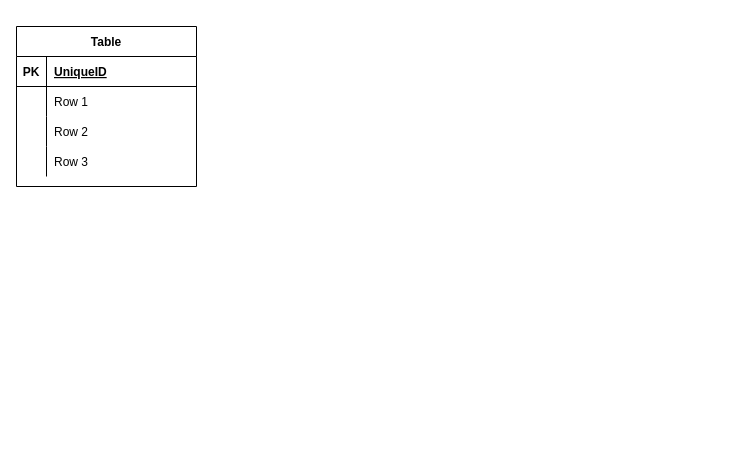
The draw.io diagram GLIK2-18&19.drawio in reshafahlevi/GLIK-DM, before the edit. Source tidied: cells renumbered, new cells numbered last; positions are measured from the earlier drawing's top-left corner, leaving out a move shared by most shapes. Both pictures are drawn from the tidied source at 100%, with x=0, y=0 at pixel (16, 26).
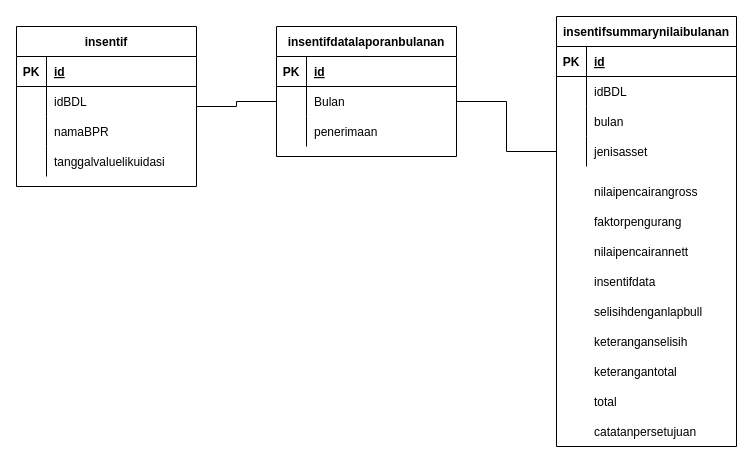
After the change.

The change refers to these unchanged cells:
```xml
<mxCell id="3" style="shape=partialRectangle;fillColor=none;top=0;left=0;bottom=1;right=0;" parent="2" vertex="1">
  <mxGeometry y="30" width="180" height="30" as="geometry" />
</mxCell>
<mxCell id="6" style="shape=partialRectangle;fillColor=none;top=0;left=0;bottom=0;right=0;" parent="2" vertex="1">
  <mxGeometry y="60" width="180" height="30" as="geometry" />
</mxCell>
<mxCell id="9" style="shape=partialRectangle;fillColor=none;top=0;left=0;bottom=0;right=0;" parent="2" vertex="1">
  <mxGeometry y="90" width="180" height="30" as="geometry" />
</mxCell>
<mxCell id="12" style="shape=partialRectangle;fillColor=none;top=0;left=0;bottom=0;right=0;" parent="2" vertex="1">
  <mxGeometry y="120" width="180" height="30" as="geometry" />
</mxCell>
```

Change to the diagram source:
```diff
@@
+    <mxCell id="15" style="edgeStyle=orthogonalEdgeStyle;rounded=0;jettySize=auto;html=1;endArrow=none;endFill=0;" parent="1" edge="1" source="2" target="20">
+      <mxGeometry relative="1" as="geometry" />
+    </mxCell>
-    <mxCell id="2" value="Table" style="shape=table;startSize=30;childLayout=tableLayout;rowLines=0;fontStyle=1;align=center;" parent="1" vertex="1">
+    <mxCell id="2" value="insentif" style="shape=table;startSize=30;childLayout=tableLayout;rowLines=0;fontStyle=1;align=center;" parent="1" vertex="1">
       <mxGeometry width="180" height="160" as="geometry" />
     </mxCell>
@@
-    <mxCell id="5" value="UniqueID" style="shape=partialRectangle;fillColor=none;top=0;left=0;bottom=0;right=0;align=left;spacingLeft=6;fontStyle=5;overflow=hidden;" parent="3" vertex="1">
+    <mxCell id="5" value="id" style="shape=partialRectangle;fillColor=none;top=0;left=0;bottom=0;right=0;align=left;spacingLeft=6;fontStyle=5;overflow=hidden;" parent="3" vertex="1">
       <mxGeometry x="30" width="150" height="30" as="geometry" />
     </mxCell>
@@
-    <mxCell id="8" value="Row 1" style="shape=partialRectangle;fillColor=none;top=0;left=0;bottom=0;right=0;align=left;spacingLeft=6;overflow=hidden;" parent="6" vertex="1">
+    <mxCell id="8" value="idBDL" style="shape=partialRectangle;fillColor=none;top=0;left=0;bottom=0;right=0;align=left;spacingLeft=6;overflow=hidden;" parent="6" vertex="1">
       <mxGeometry x="30" width="150" height="30" as="geometry" />
     </mxCell>
@@
-    <mxCell id="11" value="Row 2" style="shape=partialRectangle;fillColor=none;top=0;left=0;bottom=0;right=0;align=left;spacingLeft=6;overflow=hidden;" parent="9" vertex="1">
+    <mxCell id="11" value="namaBPR" style="shape=partialRectangle;fillColor=none;top=0;left=0;bottom=0;right=0;align=left;spacingLeft=6;overflow=hidden;" parent="9" vertex="1">
       <mxGeometry x="30" width="150" height="30" as="geometry" />
     </mxCell>
@@
-    <mxCell id="14" value="Row 3" style="shape=partialRectangle;fillColor=none;top=0;left=0;bottom=0;right=0;align=left;spacingLeft=6;overflow=hidden;" parent="12" vertex="1">
+    <mxCell id="14" value="tanggalvaluelikuidasi" style="shape=partialRectangle;fillColor=none;top=0;left=0;bottom=0;right=0;align=left;spacingLeft=6;overflow=hidden;" parent="12" vertex="1">
       <mxGeometry x="30" width="150" height="30" as="geometry" />
     </mxCell>
+    <mxCell id="16" value="insentifdatalaporanbulanan" style="shape=table;startSize=30;childLayout=tableLayout;rowLines=0;fontStyle=1;align=center;" parent="1" vertex="1">
+      <mxGeometry x="260" width="180" height="130" as="geometry" />
+    </mxCell>
+    <mxCell id="17" style="shape=partialRectangle;fillColor=none;top=0;left=0;bottom=1;right=0;" parent="16" vertex="1">
+      <mxGeometry y="30" width="180" height="30" as="geometry" />
+    </mxCell>
+    <mxCell id="18" value="PK" style="shape=partialRectangle;fillColor=none;top=0;left=0;bottom=0;right=0;fontStyle=1;overflow=hidden;" parent="17" vertex="1">
+      <mxGeometry width="30" height="30" as="geometry" />
+    </mxCell>
+    <mxCell id="19" value="id" style="shape=partialRectangle;fillColor=none;top=0;left=0;bottom=0;right=0;align=left;spacingLeft=6;fontStyle=5;overflow=hidden;" parent="17" vertex="1">
+      <mxGeometry x="30" width="150" height="30" as="geometry" />
+    </mxCell>
+    <mxCell id="20" style="shape=partialRectangle;fillColor=none;top=0;left=0;bottom=0;right=0;points=[[0,0.5],[1,0.5]];portConstraint=eastwest;" parent="16" vertex="1">
+      <mxGeometry y="60" width="180" height="30" as="geometry" />
+    </mxCell>
+    <mxCell id="21" style="shape=partialRectangle;fillColor=none;top=0;left=0;bottom=0;right=0;overflow=hidden;" parent="20" vertex="1">
+      <mxGeometry width="30" height="30" as="geometry" />
+    </mxCell>
+    <mxCell id="22" value="Bulan" style="shape=partialRectangle;fillColor=none;top=0;left=0;bottom=0;right=0;align=left;spacingLeft=6;overflow=hidden;" parent="20" vertex="1">
+      <mxGeometry x="30" width="150" height="30" as="geometry" />
+    </mxCell>
+    <mxCell id="23" style="shape=partialRectangle;fillColor=none;top=0;left=0;bottom=0;right=0;" parent="16" vertex="1">
+      <mxGeometry y="90" width="180" height="30" as="geometry" />
+    </mxCell>
+    <mxCell id="24" style="shape=partialRectangle;fillColor=none;top=0;left=0;bottom=0;right=0;overflow=hidden;" parent="23" vertex="1">
+      <mxGeometry width="30" height="30" as="geometry" />
+    </mxCell>
+    <mxCell id="25" value="penerimaan" style="shape=partialRectangle;fillColor=none;top=0;left=0;bottom=0;right=0;align=left;spacingLeft=6;overflow=hidden;" parent="23" vertex="1">
+      <mxGeometry x="30" width="150" height="30" as="geometry" />
+    </mxCell>
+    <mxCell id="26" value="insentifsummarynilaibulanan" style="shape=table;startSize=30;childLayout=tableLayout;rowLines=0;fontStyle=1;align=center;" parent="1" vertex="1">
+      <mxGeometry x="540" y="-10" width="180" height="430" as="geometry" />
+    </mxCell>
+    <mxCell id="27" style="shape=partialRectangle;fillColor=none;top=0;left=0;bottom=1;right=0;" parent="26" vertex="1">
+      <mxGeometry y="30" width="180" height="30" as="geometry" />
+    </mxCell>
+    <mxCell id="28" value="PK" style="shape=partialRectangle;fillColor=none;top=0;left=0;bottom=0;right=0;fontStyle=1;overflow=hidden;" parent="27" vertex="1">
+      <mxGeometry width="30" height="30" as="geometry" />
+    </mxCell>
+    <mxCell id="29" value="id" style="shape=partialRectangle;fillColor=none;top=0;left=0;bottom=0;right=0;align=left;spacingLeft=6;fontStyle=5;overflow=hidden;" parent="27" vertex="1">
+      <mxGeometry x="30" width="150" height="30" as="geometry" />
+    </mxCell>
+    <mxCell id="30" style="shape=partialRectangle;fillColor=none;top=0;left=0;bottom=0;right=0;" parent="26" vertex="1">
+      <mxGeometry y="60" width="180" height="30" as="geometry" />
+    </mxCell>
+    <mxCell id="31" style="shape=partialRectangle;fillColor=none;top=0;left=0;bottom=0;right=0;overflow=hidden;" parent="30" vertex="1">
+      <mxGeometry width="30" height="30" as="geometry" />
+    </mxCell>
+    <mxCell id="32" value="idBDL" style="shape=partialRectangle;fillColor=none;top=0;left=0;bottom=0;right=0;align=left;spacingLeft=6;overflow=hidden;" parent="30" vertex="1">
+      <mxGeometry x="30" width="150" height="30" as="geometry" />
+    </mxCell>
+    <mxCell id="33" style="shape=partialRectangle;fillColor=none;top=0;left=0;bottom=0;right=0;" parent="26" vertex="1">
+      <mxGeometry y="90" width="180" height="30" as="geometry" />
+    </mxCell>
+    <mxCell id="34" style="shape=partialRectangle;fillColor=none;top=0;left=0;bottom=0;right=0;overflow=hidden;" parent="33" vertex="1">
+      <mxGeometry width="30" height="30" as="geometry" />
+    </mxCell>
+    <mxCell id="35" value="bulan" style="shape=partialRectangle;fillColor=none;top=0;left=0;bottom=0;right=0;align=left;spacingLeft=6;overflow=hidden;" parent="33" vertex="1">
+      <mxGeometry x="30" width="150" height="30" as="geometry" />
+    </mxCell>
+    <mxCell id="36" style="shape=partialRectangle;fillColor=none;top=0;left=0;bottom=0;right=0;points=[[0,0.5],[1,0.5]];portConstraint=eastwest;" parent="26" vertex="1">
+      <mxGeometry y="120" width="180" height="30" as="geometry" />
+    </mxCell>
+    <mxCell id="37" style="shape=partialRectangle;fillColor=none;top=0;left=0;bottom=0;right=0;overflow=hidden;" parent="36" vertex="1">
+      <mxGeometry width="30" height="30" as="geometry" />
+    </mxCell>
+    <mxCell id="38" value="jenisasset" style="shape=partialRectangle;fillColor=none;top=0;left=0;bottom=0;right=0;align=left;spacingLeft=6;overflow=hidden;" parent="36" vertex="1">
+      <mxGeometry x="30" width="150" height="30" as="geometry" />
+    </mxCell>
+    <mxCell id="39" style="shape=partialRectangle;fillColor=none;top=0;left=0;bottom=0;right=0;" parent="1" vertex="1">
+      <mxGeometry x="540" y="240" width="180" height="30" as="geometry" />
+    </mxCell>
+    <mxCell id="40" style="shape=partialRectangle;fillColor=none;top=0;left=0;bottom=0;right=0;overflow=hidden;" parent="39" vertex="1">
+      <mxGeometry width="30" height="30" as="geometry" />
+    </mxCell>
+    <mxCell id="41" value="insentifdata" style="shape=partialRectangle;fillColor=none;top=0;left=0;bottom=0;right=0;align=left;spacingLeft=6;overflow=hidden;" parent="39" vertex="1">
+      <mxGeometry x="30" width="150" height="30" as="geometry" />
+    </mxCell>
+    <mxCell id="42" style="shape=partialRectangle;fillColor=none;top=0;left=0;bottom=0;right=0;" parent="1" vertex="1">
+      <mxGeometry x="540" y="330" width="180" height="30" as="geometry" />
+    </mxCell>
+    <mxCell id="43" style="shape=partialRectangle;fillColor=none;top=0;left=0;bottom=0;right=0;overflow=hidden;" parent="42" vertex="1">
+      <mxGeometry width="30" height="30" as="geometry" />
+    </mxCell>
+    <mxCell id="44" value="keterangantotal" style="shape=partialRectangle;fillColor=none;top=0;left=0;bottom=0;right=0;align=left;spacingLeft=6;overflow=hidden;" parent="42" vertex="1">
+      <mxGeometry x="30" width="150" height="30" as="geometry" />
+    </mxCell>
+    <mxCell id="45" style="shape=partialRectangle;fillColor=none;top=0;left=0;bottom=0;right=0;" parent="1" vertex="1">
+      <mxGeometry x="540" y="150" width="180" height="30" as="geometry" />
+    </mxCell>
+    <mxCell id="46" style="shape=partialRectangle;fillColor=none;top=0;left=0;bottom=0;right=0;overflow=hidden;" parent="45" vertex="1">
+      <mxGeometry width="30" height="30" as="geometry" />
+    </mxCell>
+    <mxCell id="47" value="nilaipencairangross" style="shape=partialRectangle;fillColor=none;top=0;left=0;bottom=0;right=0;align=left;spacingLeft=6;overflow=hidden;" parent="45" vertex="1">
+      <mxGeometry x="30" width="150" height="30" as="geometry" />
+    </mxCell>
+    <mxCell id="48" style="shape=partialRectangle;fillColor=none;top=0;left=0;bottom=0;right=0;" parent="1" vertex="1">
+      <mxGeometry x="540" y="300" width="180" height="30" as="geometry" />
+    </mxCell>
+    <mxCell id="49" style="shape=partialRectangle;fillColor=none;top=0;left=0;bottom=0;right=0;overflow=hidden;" parent="48" vertex="1">
+      <mxGeometry width="30" height="30" as="geometry" />
+    </mxCell>
+    <mxCell id="50" value="keteranganselisih" style="shape=partialRectangle;fillColor=none;top=0;left=0;bottom=0;right=0;align=left;spacingLeft=6;overflow=hidden;" parent="48" vertex="1">
+      <mxGeometry x="30" width="150" height="30" as="geometry" />
+    </mxCell>
+    <mxCell id="51" style="shape=partialRectangle;fillColor=none;top=0;left=0;bottom=0;right=0;" parent="1" vertex="1">
+      <mxGeometry x="540" y="270" width="180" height="30" as="geometry" />
+    </mxCell>
+    <mxCell id="52" style="shape=partialRectangle;fillColor=none;top=0;left=0;bottom=0;right=0;overflow=hidden;" parent="51" vertex="1">
+      <mxGeometry width="30" height="30" as="geometry" />
+    </mxCell>
+    <mxCell id="53" value="selisihdenganlapbull" style="shape=partialRectangle;fillColor=none;top=0;left=0;bottom=0;right=0;align=left;spacingLeft=6;overflow=hidden;" parent="51" vertex="1">
+      <mxGeometry x="30" width="150" height="30" as="geometry" />
+    </mxCell>
+    <mxCell id="54" style="shape=partialRectangle;fillColor=none;top=0;left=0;bottom=0;right=0;" parent="1" vertex="1">
+      <mxGeometry x="540" y="210" width="180" height="30" as="geometry" />
+    </mxCell>
+    <mxCell id="55" style="shape=partialRectangle;fillColor=none;top=0;left=0;bottom=0;right=0;overflow=hidden;" parent="54" vertex="1">
+      <mxGeometry width="30" height="30" as="geometry" />
+    </mxCell>
+    <mxCell id="56" value="nilaipencairannett" style="shape=partialRectangle;fillColor=none;top=0;left=0;bottom=0;right=0;align=left;spacingLeft=6;overflow=hidden;" parent="54" vertex="1">
+      <mxGeometry x="30" width="150" height="30" as="geometry" />
+    </mxCell>
+    <mxCell id="57" style="shape=partialRectangle;fillColor=none;top=0;left=0;bottom=0;right=0;" parent="1" vertex="1">
+      <mxGeometry x="540" y="180" width="180" height="30" as="geometry" />
+    </mxCell>
+    <mxCell id="58" style="shape=partialRectangle;fillColor=none;top=0;left=0;bottom=0;right=0;overflow=hidden;" parent="57" vertex="1">
+      <mxGeometry width="30" height="30" as="geometry" />
+    </mxCell>
+    <mxCell id="59" value="faktorpengurang" style="shape=partialRectangle;fillColor=none;top=0;left=0;bottom=0;right=0;align=left;spacingLeft=6;overflow=hidden;" parent="57" vertex="1">
+      <mxGeometry x="30" width="150" height="30" as="geometry" />
+    </mxCell>
+    <mxCell id="60" style="shape=partialRectangle;fillColor=none;top=0;left=0;bottom=0;right=0;" parent="1" vertex="1">
+      <mxGeometry x="540" y="360" width="180" height="30" as="geometry" />
+    </mxCell>
+    <mxCell id="61" style="shape=partialRectangle;fillColor=none;top=0;left=0;bottom=0;right=0;overflow=hidden;" parent="60" vertex="1">
+      <mxGeometry width="30" height="30" as="geometry" />
+    </mxCell>
+    <mxCell id="62" value="total" style="shape=partialRectangle;fillColor=none;top=0;left=0;bottom=0;right=0;align=left;spacingLeft=6;overflow=hidden;" parent="60" vertex="1">
+      <mxGeometry x="30" width="150" height="30" as="geometry" />
+    </mxCell>
+    <mxCell id="63" style="shape=partialRectangle;fillColor=none;top=0;left=0;bottom=0;right=0;" parent="1" vertex="1">
+      <mxGeometry x="540" y="390" width="180" height="30" as="geometry" />
+    </mxCell>
+    <mxCell id="64" style="shape=partialRectangle;fillColor=none;top=0;left=0;bottom=0;right=0;overflow=hidden;" parent="63" vertex="1">
+      <mxGeometry width="30" height="30" as="geometry" />
+    </mxCell>
+    <mxCell id="65" value="catatanpersetujuan" style="shape=partialRectangle;fillColor=none;top=0;left=0;bottom=0;right=0;align=left;spacingLeft=6;overflow=hidden;" parent="63" vertex="1">
+      <mxGeometry x="30" width="150" height="30" as="geometry" />
+    </mxCell>
+    <mxCell id="66" style="edgeStyle=orthogonalEdgeStyle;rounded=0;jettySize=auto;html=1;endArrow=none;endFill=0;" parent="1" edge="1" source="20" target="36">
+      <mxGeometry relative="1" as="geometry" />
+    </mxCell>
```
